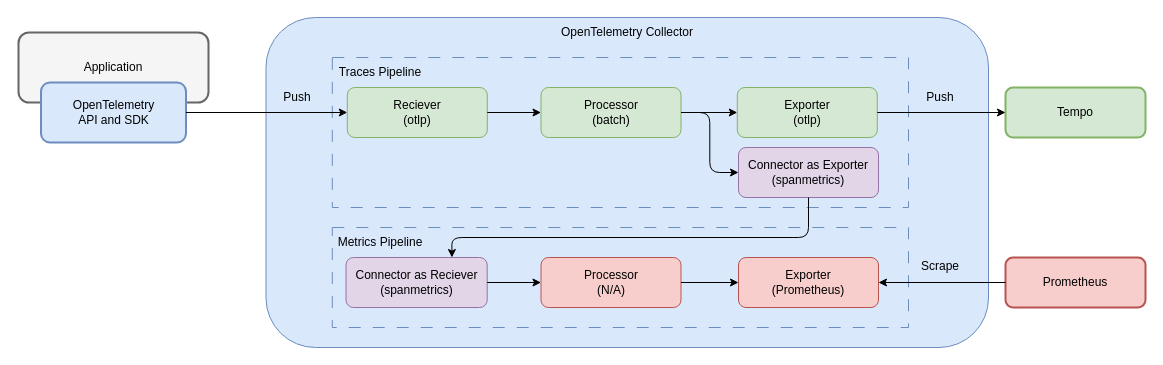
This is images/otel-collector-pipeline.drawio from blueswen/opentelemetry-apm, a draw.io file, before an edit. Source tidied: cells renumbered, new cells numbered last; positions are measured from the earlier drawing's top-left corner, leaving out a move shared by most shapes. Both pictures are drawn from the tidied source at 100%, with x=0, y=0 at pixel (18, 17).
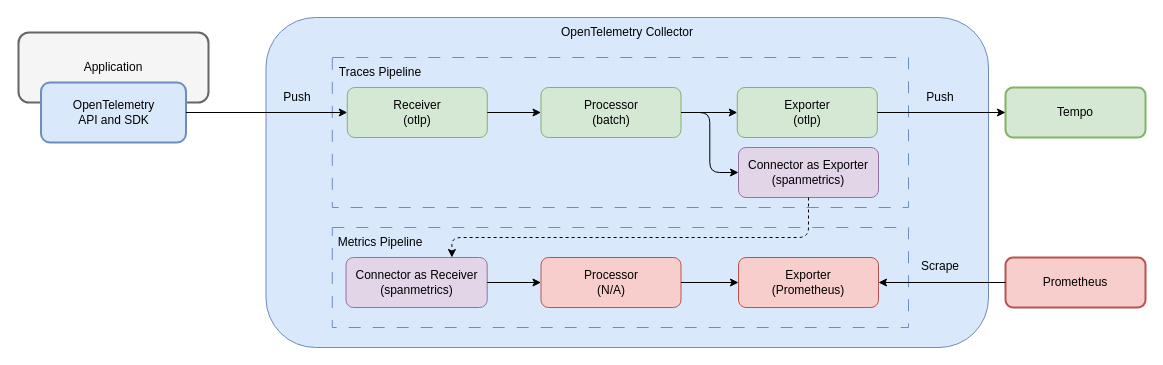
Above is the later version.

Unchanged cells that the change refers to:
```xml
<mxCell id="20" value="Connector as Exporter&lt;br&gt;(spanmetrics)" style="rounded=1;whiteSpace=wrap;html=1;fillColor=#e1d5e7;strokeColor=#9673a6;fontColor=#000000;" parent="1" vertex="1">
  <mxGeometry x="720" y="130" width="140" height="50" as="geometry" />
</mxCell>
```

Change to the diagram source:
```diff
@@
-    <mxCell id="13" value="Reciever&lt;br&gt;(otlp)" style="rounded=1;whiteSpace=wrap;html=1;fillColor=#d5e8d4;strokeColor=#82b366;fontColor=#000000;" parent="1" vertex="1">
+    <mxCell id="13" value="Receiver&lt;br&gt;(otlp)" style="rounded=1;whiteSpace=wrap;html=1;fillColor=#d5e8d4;strokeColor=#82b366;fontColor=#000000;" parent="1" vertex="1">
       <mxGeometry x="328.8" y="70" width="140" height="50" as="geometry" />
     </mxCell>
@@
-    <mxCell id="21" value="Connector as Reciever&lt;br&gt;(spanmetrics)" style="rounded=1;whiteSpace=wrap;html=1;fillColor=#e1d5e7;strokeColor=#9673a6;fontColor=#000000;" parent="1" vertex="1">
+    <mxCell id="21" value="Connector as Receiver&lt;br&gt;(spanmetrics)" style="rounded=1;whiteSpace=wrap;html=1;fillColor=#e1d5e7;strokeColor=#9673a6;fontColor=#000000;" parent="1" vertex="1">
       <mxGeometry x="327.5" y="240" width="141.2" height="50" as="geometry" />
     </mxCell>
@@
-    <mxCell id="30" style="edgeStyle=orthogonalEdgeStyle;html=1;exitX=0.5;exitY=1;exitDx=0;exitDy=0;fontColor=#000000;strokeColor=#000000;entryX=0.75;entryY=0;entryDx=0;entryDy=0;" parent="1" edge="1" source="20" target="21">
+    <mxCell id="30" style="edgeStyle=orthogonalEdgeStyle;html=1;exitX=0.5;exitY=1;exitDx=0;exitDy=0;fontColor=#000000;strokeColor=#000000;entryX=0.75;entryY=0;entryDx=0;entryDy=0;dashed=1;" parent="1" edge="1" source="20" target="21">
       <mxGeometry relative="1" as="geometry">
         <Array as="points">
           <mxPoint x="790" y="220" />
           <mxPoint x="433" y="220" />
         </Array>
       </mxGeometry>
     </mxCell>
```
